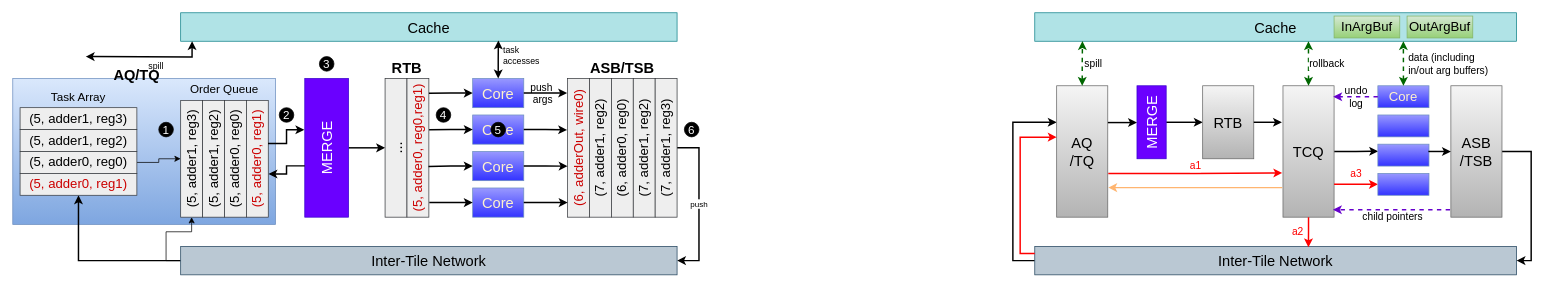
Dercury/CLDK keeps this draw.io diagram as verilator_digrams/专用硬件2_12.drawio. Above is the earlier version. Source tidied: cells renumbered, new cells numbered last; positions are measured from the earlier drawing's top-left corner, leaving out a move shared by most shapes. Both pictures are drawn from the tidied source at 73%, with x=0, y=0 at pixel (12, 12).
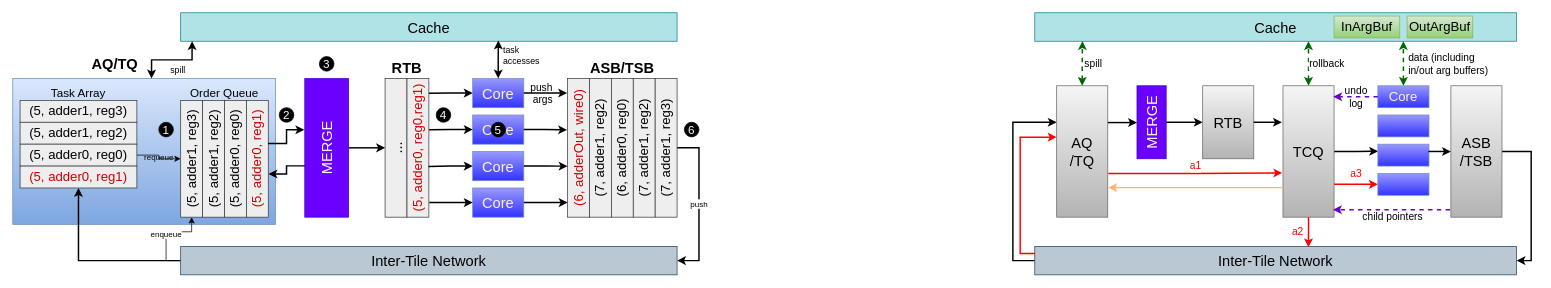
The same page after the edit.

Commit message (it also covers changes not shown here):
更新专用硬件2_12.drawio

Unchanged cells that the change refers to:
```xml
<mxCell id="2" style="rounded=0;whiteSpace=wrap;html=1;fillColor=#dae8fc;gradientColor=#7ea6e0;strokeColor=#6c8ebf;" parent="1" vertex="1">
  <mxGeometry y="90" width="360" height="200" as="geometry" />
</mxCell>
<mxCell id="34" value="(5, adder1, reg3)" style="rounded=0;whiteSpace=wrap;html=1;horizontal=0;fontSize=18;fillColor=#eeeeee;strokeColor=#36393d;" parent="1" vertex="1">
  <mxGeometry x="230" y="120" width="30" height="160" as="geometry" />
</mxCell>
<mxCell id="52" value="&lt;span style=&quot;font-size: 20px;&quot;&gt;Cache&lt;/span&gt;" style="rounded=0;whiteSpace=wrap;html=1;fillColor=#b0e3e6;strokeColor=#0e8088;" parent="1" vertex="1">
  <mxGeometry x="230" width="680" height="39" as="geometry" />
</mxCell>
<mxCell id="55" value="&lt;span style=&quot;font-size: 20px;&quot;&gt;Inter-Tile Network&lt;/span&gt;" style="rounded=0;whiteSpace=wrap;html=1;fillColor=#bac8d3;strokeColor=#23445d;" parent="1" vertex="1">
  <mxGeometry x="230" y="320" width="680" height="39" as="geometry" />
</mxCell>
```

The edit, as a diff of the source:
```diff
@@
-    <mxCell id="54" style="edgeStyle=orthogonalEdgeStyle;rounded=0;jettySize=auto;html=1;exitX=0;exitY=0.5;exitDx=0;exitDy=0;" parent="1" edge="1" source="55" target="34">
+    <mxCell id="54" value="enqueue" style="edgeStyle=orthogonalEdgeStyle;rounded=0;jettySize=auto;html=1;exitX=0;exitY=0.5;exitDx=0;exitDy=0;" parent="1" edge="1" source="55" target="34">
       <mxGeometry relative="1" as="geometry" />
     </mxCell>
@@
-    <mxCell id="56" value="spill" style="edgeStyle=orthogonalEdgeStyle;rounded=0;jettySize=auto;html=1;startArrow=classic;startFill=1;entryX=0.023;entryY=0.996;entryDx=0;entryDy=0;entryPerimeter=0;strokeWidth=2;fontSize=12;labelBackgroundColor=none;" parent="1" edge="1" target="52">
-      <mxGeometry x="0.15" y="-14" relative="1" as="geometry">
-        <mxPoint x="100" y="60" as="sourcePoint" />
-      </mxGeometry>
+    <mxCell id="56" value="spill" style="edgeStyle=orthogonalEdgeStyle;rounded=0;jettySize=auto;html=1;startArrow=classic;startFill=1;entryX=0.023;entryY=0.996;entryDx=0;entryDy=0;entryPerimeter=0;strokeWidth=2;fontSize=12;labelBackgroundColor=none;exitX=0.528;exitY=0;exitDx=0;exitDy=0;exitPerimeter=0;" parent="1" edge="1" source="2" target="52">
+      <mxGeometry x="0.15" y="-14" relative="1" as="geometry" />
     </mxCell>
@@
     <mxCell id="74" value="AQ/TQ" style="text;html=1;align=center;verticalAlign=middle;whiteSpace=wrap;rounded=0;fontSize=20;fontStyle=1;" parent="1" vertex="1">
-      <mxGeometry x="140" y="70" width="60" height="30" as="geometry" />
+      <mxGeometry x="110" y="55" width="60" height="30" as="geometry" />
     </mxCell>
@@
     <mxCell id="77" value="(5, adder1, reg3)" style="rounded=0;whiteSpace=wrap;html=1;horizontal=1;fontSize=18;fillColor=#eeeeee;strokeColor=#36393d;" parent="1" vertex="1">
-      <mxGeometry x="10" y="130" width="160" height="30" as="geometry" />
+      <mxGeometry x="10" y="120" width="160" height="30" as="geometry" />
     </mxCell>
     <mxCell id="78" value="(5, adder1, reg2)" style="rounded=0;whiteSpace=wrap;html=1;horizontal=1;fontSize=18;fillColor=#eeeeee;strokeColor=#36393d;" parent="1" vertex="1">
-      <mxGeometry x="10" y="160" width="160" height="30" as="geometry" />
+      <mxGeometry x="10" y="150" width="160" height="30" as="geometry" />
     </mxCell>
-    <mxCell id="79" style="edgeStyle=orthogonalEdgeStyle;rounded=0;jettySize=auto;html=1;exitX=1;exitY=0.5;exitDx=0;exitDy=0;entryX=0;entryY=0.5;entryDx=0;entryDy=0;" parent="1" edge="1" source="80" target="34">
+    <mxCell id="79" value="requeue" style="edgeStyle=orthogonalEdgeStyle;rounded=0;jettySize=auto;html=1;exitX=1;exitY=0.5;exitDx=0;exitDy=0;entryX=0;entryY=0.5;entryDx=0;entryDy=0;labelBackgroundColor=none;" parent="1" edge="1" source="80" target="34">
       <mxGeometry relative="1" as="geometry" />
     </mxCell>
     <mxCell id="80" value="(5, adder0, reg0)" style="rounded=0;whiteSpace=wrap;html=1;horizontal=1;fontSize=18;fillColor=#eeeeee;strokeColor=#36393d;" parent="1" vertex="1">
-      <mxGeometry x="10" y="190" width="160" height="30" as="geometry" />
+      <mxGeometry x="10" y="180" width="160" height="30" as="geometry" />
     </mxCell>
     <mxCell id="81" value="(5, adder0, reg1)" style="rounded=0;whiteSpace=wrap;html=1;horizontal=1;fontSize=18;fillColor=#eeeeee;strokeColor=#36393d;fontColor=#CC0000;" parent="1" vertex="1">
-      <mxGeometry x="10" y="220" width="160" height="30" as="geometry" />
+      <mxGeometry x="10" y="210" width="160" height="30" as="geometry" />
     </mxCell>
     <mxCell id="82" value="Task Array" style="text;html=1;align=center;verticalAlign=middle;whiteSpace=wrap;rounded=0;fontSize=16;fontStyle=0;" parent="1" vertex="1">
-      <mxGeometry x="30" y="100" width="120" height="30" as="geometry" />
+      <mxGeometry x="30" y="100" width="120" height="20" as="geometry" />
     </mxCell>
     <mxCell id="83" value="Order Queue" style="text;html=1;align=center;verticalAlign=middle;whiteSpace=wrap;rounded=0;fontSize=16;fontStyle=0;" parent="1" vertex="1">
-      <mxGeometry x="230" y="90" width="120" height="30" as="geometry" />
+      <mxGeometry x="230" y="100" width="120" height="20" as="geometry" />
     </mxCell>
```
